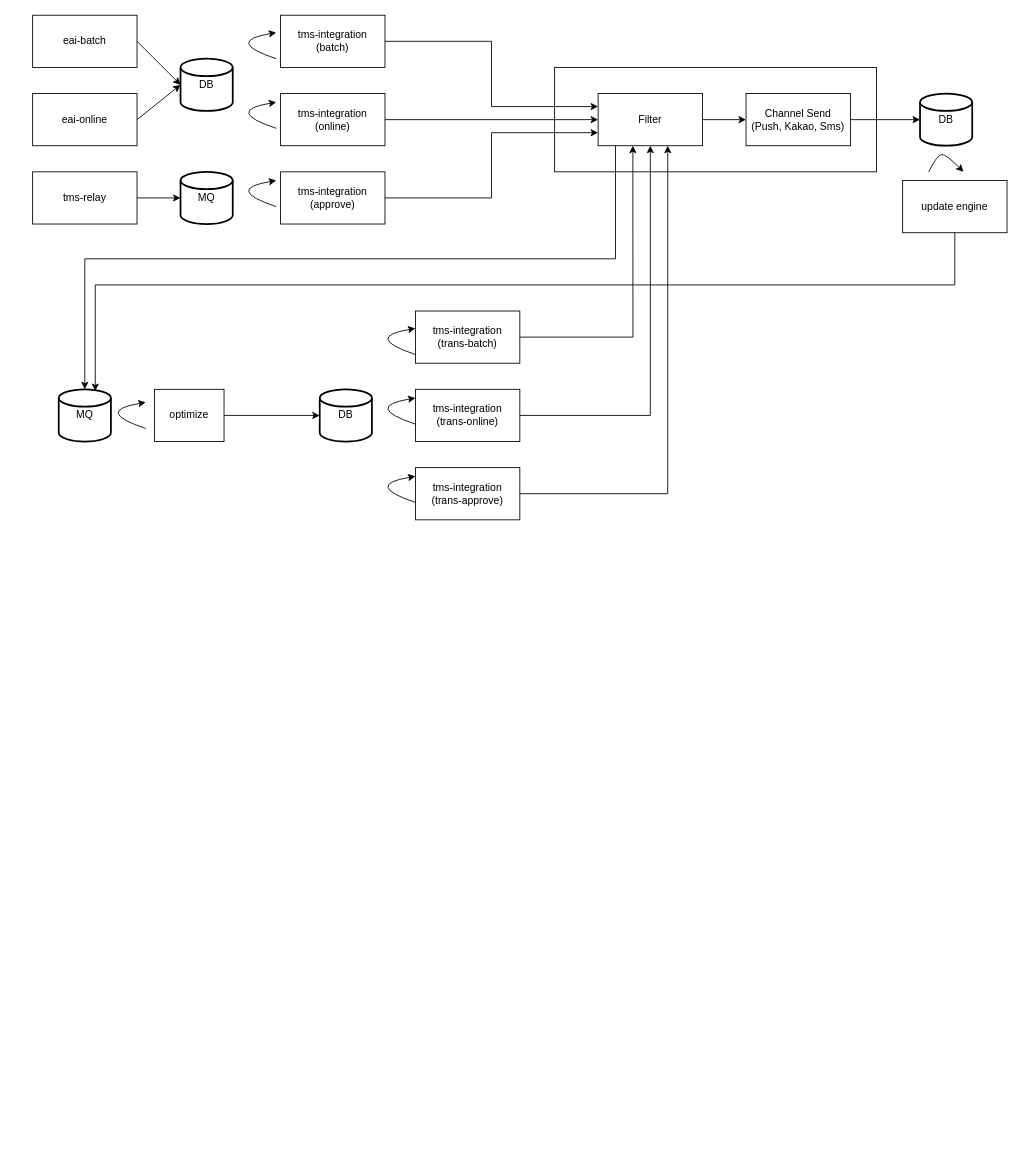
Earlier version of the draw.io diagram 제목 없는 다이어그램.drawio (SongYoungMin-304/algorithm). Source tidied: cells renumbered, new cells numbered last; positions are measured from the earlier drawing's top-left corner, leaving out a move shared by most shapes. Both pictures are drawn from the tidied source at 87%, with x=0, y=0 at pixel (32, 15).
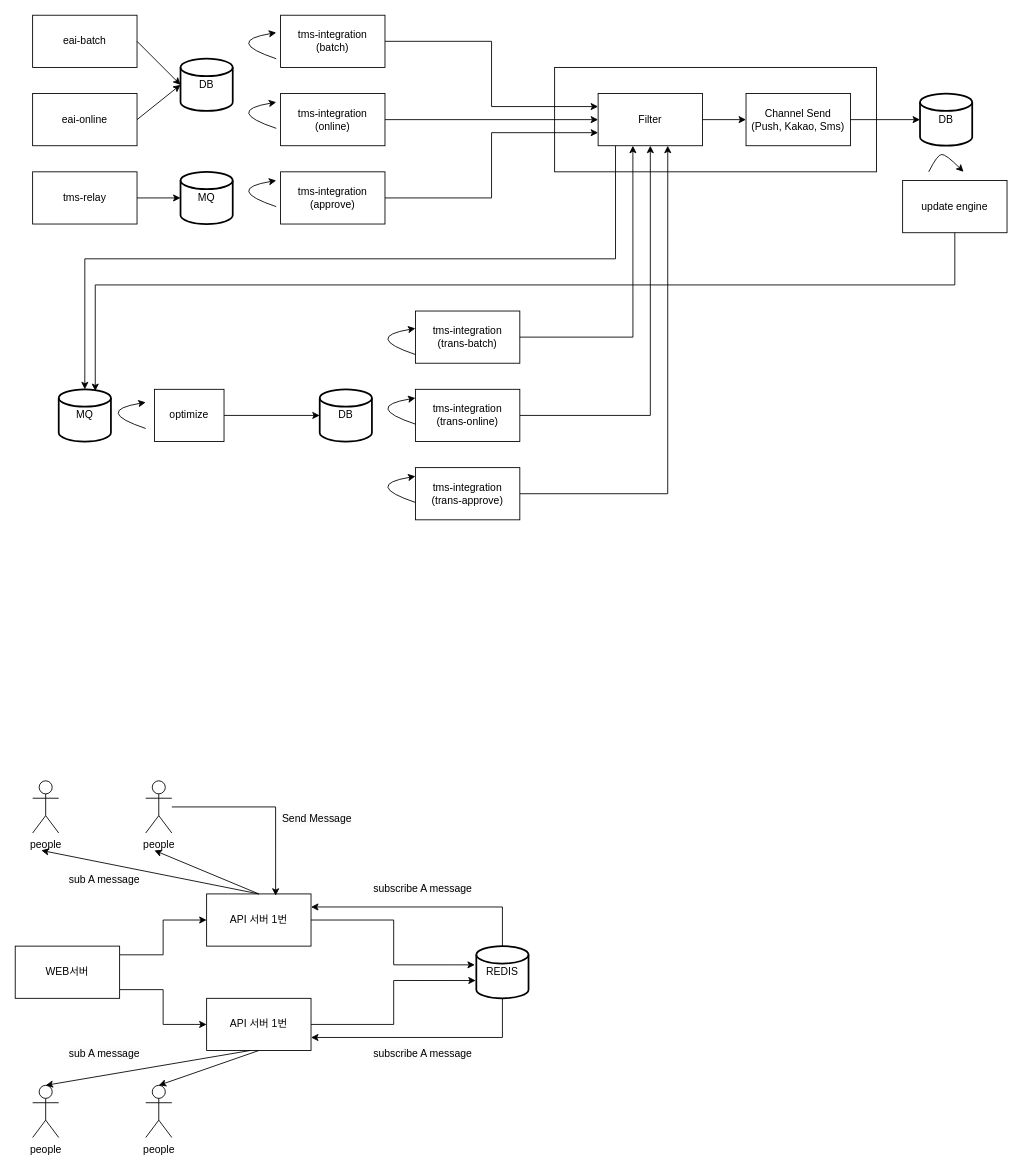
The same diagram, later.

Commit message (it also covers changes not shown here):
제목 없는 다이어그램.drawio 업데이트

Change to the diagram source:
```diff
@@
+    <mxCell id="43" style="edgeStyle=orthogonalEdgeStyle;rounded=0;jettySize=auto;html=1;entryX=1;entryY=0.25;entryDx=0;entryDy=0;" parent="1" edge="1" source="45" target="47">
+      <mxGeometry relative="1" as="geometry">
+        <Array as="points">
+          <mxPoint x="540" y="1025" />
+        </Array>
+      </mxGeometry>
+    </mxCell>
+    <mxCell id="44" style="edgeStyle=orthogonalEdgeStyle;rounded=0;jettySize=auto;html=1;entryX=1;entryY=0.75;entryDx=0;entryDy=0;" parent="1" edge="1" source="45" target="46">
+      <mxGeometry relative="1" as="geometry">
+        <Array as="points">
+          <mxPoint x="540" y="1175" />
+        </Array>
+      </mxGeometry>
+    </mxCell>
+    <mxCell id="45" value="REDIS" style="strokeWidth=2;html=1;shape=mxgraph.flowchart.database;whiteSpace=wrap;" parent="1" vertex="1">
+      <mxGeometry x="510" y="1070" width="60" height="60" as="geometry" />
+    </mxCell>
+    <mxCell id="46" value="API 서버 1번" style="rounded=0;whiteSpace=wrap;html=1;" parent="1" vertex="1">
+      <mxGeometry x="200" y="1130" width="120" height="60" as="geometry" />
+    </mxCell>
+    <mxCell id="47" value="API 서버 1번" style="rounded=0;whiteSpace=wrap;html=1;" parent="1" vertex="1">
+      <mxGeometry x="200" y="1010" width="120" height="60" as="geometry" />
+    </mxCell>
+    <mxCell id="48" style="edgeStyle=orthogonalEdgeStyle;rounded=0;jettySize=auto;html=1;entryX=0;entryY=0.5;entryDx=0;entryDy=0;" parent="1" edge="1" source="50" target="47">
+      <mxGeometry relative="1" as="geometry">
+        <Array as="points">
+          <mxPoint x="150" y="1080" />
+          <mxPoint x="150" y="1040" />
+        </Array>
+      </mxGeometry>
+    </mxCell>
+    <mxCell id="49" style="edgeStyle=orthogonalEdgeStyle;rounded=0;jettySize=auto;html=1;entryX=0;entryY=0.5;entryDx=0;entryDy=0;" parent="1" edge="1" source="50" target="46">
+      <mxGeometry relative="1" as="geometry">
+        <Array as="points">
+          <mxPoint x="150" y="1120" />
+          <mxPoint x="150" y="1160" />
+        </Array>
+      </mxGeometry>
+    </mxCell>
+    <mxCell id="50" value="WEB서버" style="rounded=0;whiteSpace=wrap;html=1;" parent="1" vertex="1">
+      <mxGeometry x="-20" y="1070" width="120" height="60" as="geometry" />
+    </mxCell>
+    <mxCell id="51" style="edgeStyle=orthogonalEdgeStyle;rounded=0;jettySize=auto;html=1;entryX=-0.028;entryY=0.359;entryDx=0;entryDy=0;entryPerimeter=0;" parent="1" edge="1" source="47" target="45">
+      <mxGeometry relative="1" as="geometry" />
+    </mxCell>
+    <mxCell id="52" style="edgeStyle=orthogonalEdgeStyle;rounded=0;jettySize=auto;html=1;entryX=-0.011;entryY=0.659;entryDx=0;entryDy=0;entryPerimeter=0;" parent="1" edge="1" source="46" target="45">
+      <mxGeometry relative="1" as="geometry" />
+    </mxCell>
+    <mxCell id="53" value="people" style="shape=umlActor;verticalLabelPosition=bottom;verticalAlign=top;html=1;outlineConnect=0;" parent="1" vertex="1">
+      <mxGeometry x="130" y="880" width="30" height="60" as="geometry" />
+    </mxCell>
+    <mxCell id="54" value="people" style="shape=umlActor;verticalLabelPosition=bottom;verticalAlign=top;html=1;" parent="1" vertex="1">
+      <mxGeometry y="880" width="30" height="60" as="geometry" />
+    </mxCell>
+    <mxCell id="55" value="people" style="shape=umlActor;verticalLabelPosition=bottom;verticalAlign=top;html=1;outlineConnect=0;" parent="1" vertex="1">
+      <mxGeometry x="130" y="1230" width="30" height="60" as="geometry" />
+    </mxCell>
+    <mxCell id="56" value="people" style="shape=umlActor;verticalLabelPosition=bottom;verticalAlign=top;html=1;outlineConnect=0;" parent="1" vertex="1">
+      <mxGeometry y="1230" width="30" height="60" as="geometry" />
+    </mxCell>
+    <mxCell id="57" style="edgeStyle=orthogonalEdgeStyle;rounded=0;jettySize=auto;html=1;entryX=0.661;entryY=0.034;entryDx=0;entryDy=0;entryPerimeter=0;" parent="1" edge="1" source="53" target="47">
+      <mxGeometry relative="1" as="geometry" />
+    </mxCell>
+    <mxCell id="58" style="endArrow=classic;html=1;rounded=0;exitX=0.5;exitY=0;exitDx=0;exitDy=0;" parent="1" edge="1" source="47">
+      <mxGeometry relative="1" as="geometry">
+        <mxPoint x="140" y="960" as="targetPoint" />
+      </mxGeometry>
+    </mxCell>
+    <mxCell id="59" style="endArrow=classic;html=1;rounded=0;" parent="1" edge="1">
+      <mxGeometry relative="1" as="geometry">
+        <mxPoint x="260" y="1010" as="sourcePoint" />
+        <mxPoint x="10" y="960" as="targetPoint" />
+      </mxGeometry>
+    </mxCell>
+    <mxCell id="60" style="endArrow=classic;html=1;rounded=0;exitX=0.5;exitY=1;exitDx=0;exitDy=0;entryX=0.5;entryY=0;entryDx=0;entryDy=0;entryPerimeter=0;" parent="1" edge="1" source="46" target="55">
+      <mxGeometry relative="1" as="geometry" />
+    </mxCell>
+    <mxCell id="61" style="endArrow=classic;html=1;rounded=0;entryX=0.5;entryY=0;entryDx=0;entryDy=0;entryPerimeter=0;" parent="1" edge="1" target="56">
+      <mxGeometry relative="1" as="geometry">
+        <mxPoint x="250" y="1190" as="sourcePoint" />
+      </mxGeometry>
+    </mxCell>
+    <mxCell id="62" value="&lt;span style=&quot;color: rgb(0, 0, 0); font-family: Helvetica; font-size: 12px; font-style: normal; font-variant-ligatures: normal; font-variant-caps: normal; font-weight: 400; letter-spacing: normal; orphans: 2; text-align: center; text-indent: 0px; text-transform: none; widows: 2; word-spacing: 0px; -webkit-text-stroke-width: 0px; white-space: normal; background-color: rgb(251, 251, 251); text-decoration-thickness: initial; text-decoration-style: initial; text-decoration-color: initial; display: inline !important; float: none;&quot;&gt;sub A message&lt;/span&gt;" style="text;whiteSpace=wrap;html=1;" parent="1" vertex="1">
+      <mxGeometry x="40" y="980" width="100" height="30" as="geometry" />
+    </mxCell>
+    <mxCell id="63" value="&lt;span style=&quot;color: rgb(0, 0, 0); font-family: Helvetica; font-size: 12px; font-style: normal; font-variant-ligatures: normal; font-variant-caps: normal; font-weight: 400; letter-spacing: normal; orphans: 2; text-align: center; text-indent: 0px; text-transform: none; widows: 2; word-spacing: 0px; -webkit-text-stroke-width: 0px; white-space: normal; background-color: rgb(251, 251, 251); text-decoration-thickness: initial; text-decoration-style: initial; text-decoration-color: initial; display: inline !important; float: none;&quot;&gt;Send Message&lt;/span&gt;" style="text;whiteSpace=wrap;html=1;" parent="1" vertex="1">
+      <mxGeometry x="285" y="910" width="100" height="30" as="geometry" />
+    </mxCell>
+    <mxCell id="64" value="&lt;span style=&quot;color: rgb(0, 0, 0); font-family: Helvetica; font-size: 12px; font-style: normal; font-variant-ligatures: normal; font-variant-caps: normal; font-weight: 400; letter-spacing: normal; orphans: 2; text-align: center; text-indent: 0px; text-transform: none; widows: 2; word-spacing: 0px; -webkit-text-stroke-width: 0px; white-space: normal; background-color: rgb(251, 251, 251); text-decoration-thickness: initial; text-decoration-style: initial; text-decoration-color: initial; display: inline !important; float: none;&quot;&gt;subscribe A message&lt;/span&gt;" style="text;whiteSpace=wrap;html=1;" parent="1" vertex="1">
+      <mxGeometry x="390" y="990" width="120" height="30" as="geometry" />
+    </mxCell>
+    <mxCell id="65" value="&lt;span style=&quot;color: rgb(0, 0, 0); font-family: Helvetica; font-size: 12px; font-style: normal; font-variant-ligatures: normal; font-variant-caps: normal; font-weight: 400; letter-spacing: normal; orphans: 2; text-align: center; text-indent: 0px; text-transform: none; widows: 2; word-spacing: 0px; -webkit-text-stroke-width: 0px; white-space: normal; background-color: rgb(251, 251, 251); text-decoration-thickness: initial; text-decoration-style: initial; text-decoration-color: initial; display: inline !important; float: none;&quot;&gt;subscribe A message&lt;/span&gt;" style="text;whiteSpace=wrap;html=1;" parent="1" vertex="1">
+      <mxGeometry x="390" y="1180" width="120" height="30" as="geometry" />
+    </mxCell>
+    <mxCell id="66" value="&lt;span style=&quot;color: rgb(0, 0, 0); font-family: Helvetica; font-size: 12px; font-style: normal; font-variant-ligatures: normal; font-variant-caps: normal; font-weight: 400; letter-spacing: normal; orphans: 2; text-align: center; text-indent: 0px; text-transform: none; widows: 2; word-spacing: 0px; -webkit-text-stroke-width: 0px; white-space: normal; background-color: rgb(251, 251, 251); text-decoration-thickness: initial; text-decoration-style: initial; text-decoration-color: initial; display: inline !important; float: none;&quot;&gt;sub A message&lt;/span&gt;" style="text;whiteSpace=wrap;html=1;" parent="1" vertex="1">
+      <mxGeometry x="40" y="1180" width="100" height="30" as="geometry" />
+    </mxCell>
```
